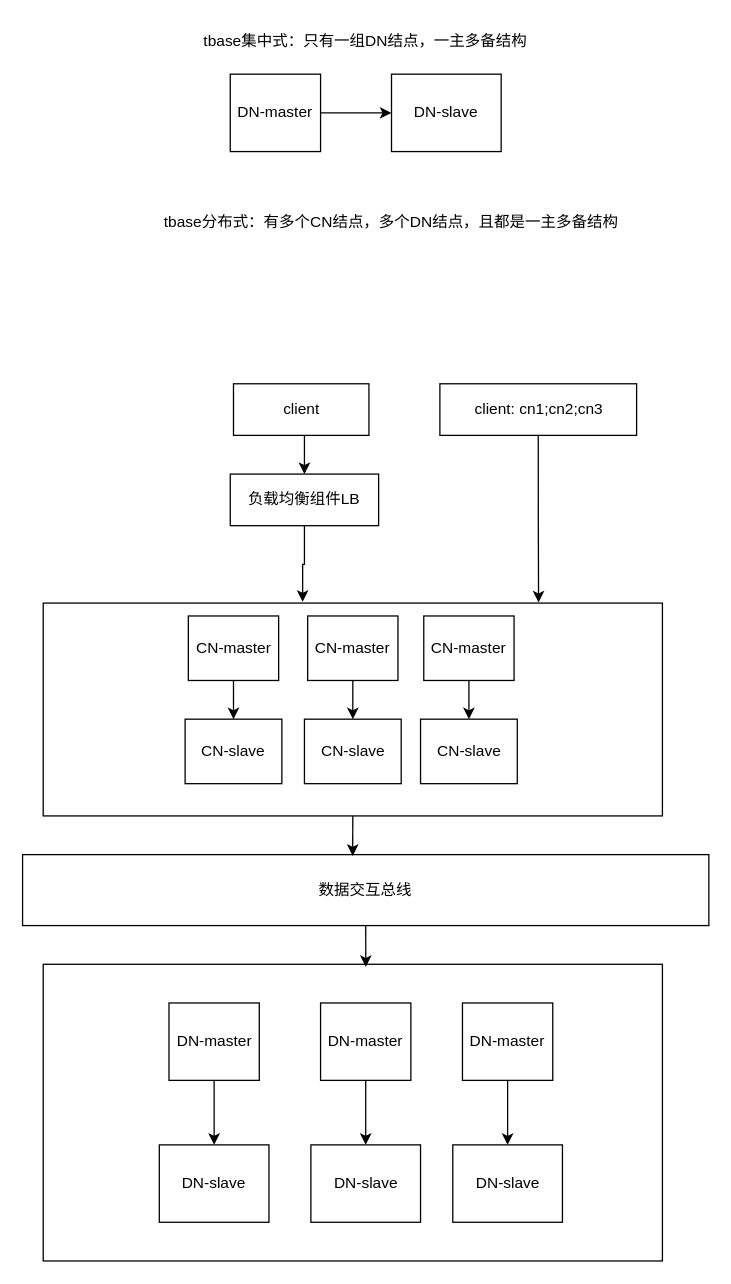
The draw.io diagram 绘图/tbase架构图.drawio in WW915371833/learngit, before the edit. Source tidied: cells renumbered, new cells numbered last; positions are measured from the earlier drawing's top-left corner, leaving out a move shared by most shapes. Both pictures are drawn from the tidied source at 129%, with x=0, y=0 at pixel (22, 22).
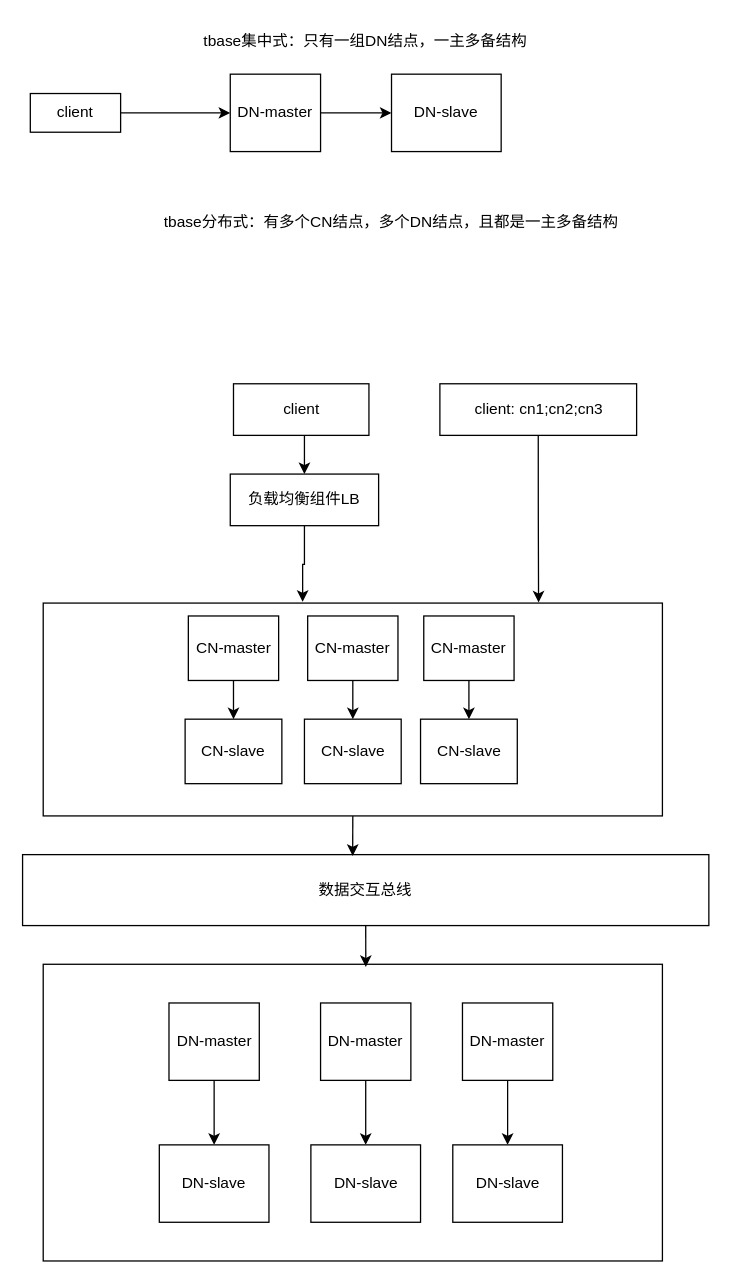
The same page after the edit.

Commit message:
更新tbase架构图.drawio

Unchanged cells that the change refers to:
```xml
<mxCell id="7" value="DN-master" style="rounded=0;whiteSpace=wrap;html=1;" parent="1" vertex="1">
  <mxGeometry x="161" y="40" width="70" height="60" as="geometry" />
</mxCell>
```

What changed in the source:
```diff
@@
+    <mxCell id="36" style="edgeStyle=orthogonalEdgeStyle;rounded=0;jettySize=auto;html=1;" parent="1" edge="1" source="37" target="7">
+      <mxGeometry relative="1" as="geometry" />
+    </mxCell>
+    <mxCell id="37" value="client" style="rounded=0;whiteSpace=wrap;html=1;" parent="1" vertex="1">
+      <mxGeometry x="6" y="55" width="70" height="30" as="geometry" />
+    </mxCell>
```
